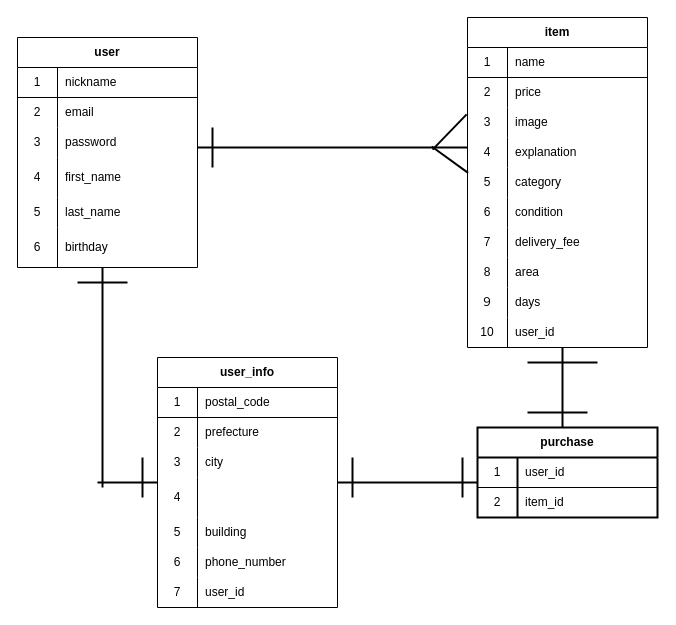
Earlier version of the draw.io diagram database.dio (AkitoHamamoto/furima-32086). Source tidied: cells renumbered, new cells numbered last; positions are measured from the earlier drawing's top-left corner, leaving out a move shared by most shapes. Both pictures are drawn from the tidied source at 100%, with x=0, y=0 at pixel (17, 17).
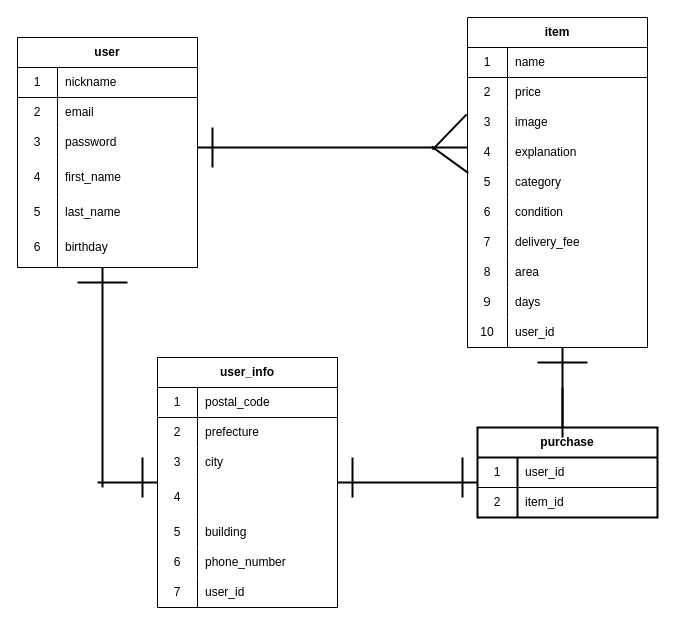
The same page after the edit.

The edit, as a diff of the source:
```diff
@@
     <mxCell id="59" style="line;strokeWidth=2;html=1;" parent="1" vertex="1">
-      <mxGeometry x="510" y="340" width="70" height="10" as="geometry" />
+      <mxGeometry x="520" y="340" width="50" height="10" as="geometry" />
     </mxCell>
@@
-    <mxCell id="93" style="line;strokeWidth=2;html=1;" parent="1" vertex="1">
-      <mxGeometry x="510" y="390" width="60" height="10" as="geometry" />
+    <mxCell id="93" style="line;strokeWidth=2;html=1;direction=south;" parent="1" vertex="1">
+      <mxGeometry x="540" y="370" width="10" height="50" as="geometry" />
     </mxCell>
```
